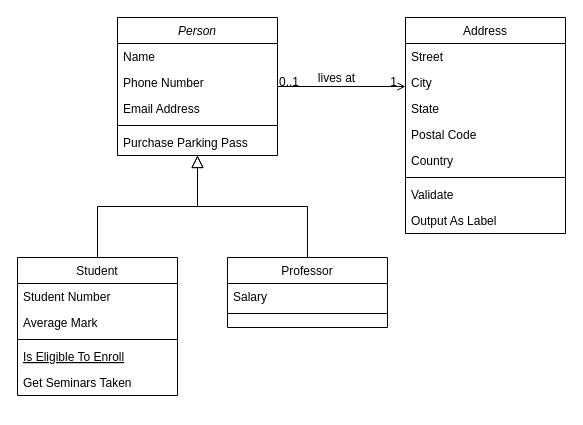
The draw.io diagram UML.drawio in LeshuySMB/Labs, before the edit. Source tidied: cells renumbered, new cells numbered last; positions are measured from the earlier drawing's top-left corner, leaving out a move shared by most shapes. Both pictures are drawn from the tidied source at 100%, with x=0, y=0 at pixel (17, 17).
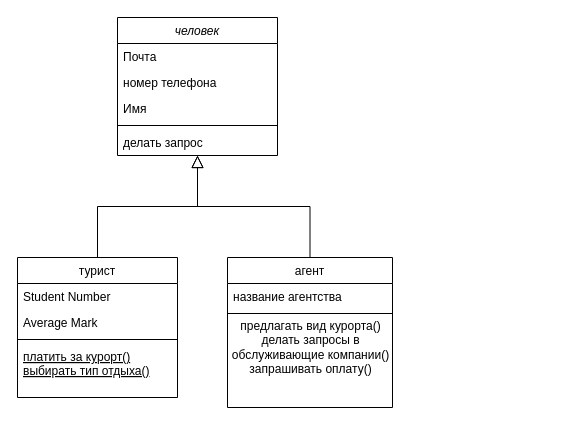
The same diagram, later.

The edit, as a diff of the source:
```diff
@@
-    <mxCell id="2" value="Person" style="swimlane;fontStyle=2;align=center;verticalAlign=top;horizontal=1;startSize=26;rounded=0;shadow=0;strokeWidth=1;" parent="1" vertex="1">
+    <mxCell id="2" value="человек" style="swimlane;fontStyle=2;align=center;verticalAlign=top;horizontal=1;startSize=26;rounded=0;shadow=0;strokeWidth=1;" parent="1" vertex="1">
       <mxGeometry x="100" width="160" height="138" as="geometry" />
     </mxCell>
-    <mxCell id="3" value="Name" style="text;align=left;verticalAlign=top;spacingLeft=4;spacingRight=4;overflow=hidden;" parent="2" vertex="1">
+    <mxCell id="3" value="Почта" style="text;align=left;verticalAlign=top;spacingLeft=4;spacingRight=4;overflow=hidden;" parent="2" vertex="1">
       <mxGeometry y="26" width="160" height="26" as="geometry" />
     </mxCell>
-    <mxCell id="4" value="Phone Number" style="text;align=left;verticalAlign=top;spacingLeft=4;spacingRight=4;overflow=hidden;rounded=0;shadow=0;html=0;" parent="2" vertex="1">
+    <mxCell id="4" value="номер телефона" style="text;align=left;verticalAlign=top;spacingLeft=4;spacingRight=4;overflow=hidden;rounded=0;shadow=0;html=0;" parent="2" vertex="1">
       <mxGeometry y="52" width="160" height="26" as="geometry" />
     </mxCell>
-    <mxCell id="5" value="Email Address" style="text;align=left;verticalAlign=top;spacingLeft=4;spacingRight=4;overflow=hidden;rounded=0;shadow=0;html=0;" parent="2" vertex="1">
+    <mxCell id="5" value="Имя" style="text;align=left;verticalAlign=top;spacingLeft=4;spacingRight=4;overflow=hidden;rounded=0;shadow=0;html=0;" parent="2" vertex="1">
       <mxGeometry y="78" width="160" height="26" as="geometry" />
     </mxCell>
@@
-    <mxCell id="7" value="Purchase Parking Pass" style="text;align=left;verticalAlign=top;spacingLeft=4;spacingRight=4;overflow=hidden;" parent="2" vertex="1">
+    <mxCell id="7" value="делать запрос&#10;" style="text;align=left;verticalAlign=top;spacingLeft=4;spacingRight=4;overflow=hidden;" parent="2" vertex="1">
       <mxGeometry y="112" width="160" height="26" as="geometry" />
     </mxCell>
-    <mxCell id="8" value="Student" style="swimlane;fontStyle=0;align=center;verticalAlign=top;horizontal=1;startSize=26;rounded=0;shadow=0;strokeWidth=1;" parent="1" vertex="1">
-      <mxGeometry y="240" width="160" height="138" as="geometry" />
+    <mxCell id="8" value="турист" style="swimlane;fontStyle=0;align=center;verticalAlign=top;horizontal=1;startSize=26;rounded=0;shadow=0;strokeWidth=1;" parent="1" vertex="1">
+      <mxGeometry y="240" width="160" height="140" as="geometry" />
     </mxCell>
@@
-    <mxCell id="12" value="Is Eligible To Enroll" style="text;align=left;verticalAlign=top;spacingLeft=4;spacingRight=4;overflow=hidden;fontStyle=4;" parent="8" vertex="1">
-      <mxGeometry y="86" width="160" height="26" as="geometry" />
+    <mxCell id="12" value="платить за курорт()&#10;выбирать тип отдыха()" style="text;align=left;verticalAlign=top;spacingLeft=4;spacingRight=4;overflow=hidden;fontStyle=4;" parent="8" vertex="1">
+      <mxGeometry y="86" width="160" height="54" as="geometry" />
     </mxCell>
-    <mxCell id="13" value="Get Seminars Taken" style="text;align=left;verticalAlign=top;spacingLeft=4;spacingRight=4;overflow=hidden;" parent="8" vertex="1">
-      <mxGeometry y="112" width="160" height="26" as="geometry" />
-    </mxCell>
@@
-    <mxCell id="15" value="Professor" style="swimlane;fontStyle=0;align=center;verticalAlign=top;horizontal=1;startSize=26;rounded=0;shadow=0;strokeWidth=1;" parent="1" vertex="1">
-      <mxGeometry x="210" y="240" width="160" height="70" as="geometry" />
+    <mxCell id="15" value="агент" style="swimlane;fontStyle=0;align=center;verticalAlign=top;horizontal=1;startSize=26;rounded=0;shadow=0;strokeWidth=1;" parent="1" vertex="1">
+      <mxGeometry x="210" y="240" width="165" height="150" as="geometry" />
     </mxCell>
-    <mxCell id="16" value="Salary" style="text;align=left;verticalAlign=top;spacingLeft=4;spacingRight=4;overflow=hidden;" parent="15" vertex="1">
-      <mxGeometry y="26" width="160" height="26" as="geometry" />
+    <mxCell id="16" value="название агентства" style="text;align=left;verticalAlign=top;spacingLeft=4;spacingRight=4;overflow=hidden;" parent="15" vertex="1">
+      <mxGeometry y="26" width="165" height="26" as="geometry" />
     </mxCell>
     <mxCell id="17" style="line;html=1;strokeWidth=1;align=left;verticalAlign=middle;spacingTop=-1;spacingLeft=3;spacingRight=3;labelPosition=right;" parent="15" vertex="1">
-      <mxGeometry y="52" width="160" height="8" as="geometry" />
+      <mxGeometry y="52" width="165" height="8" as="geometry" />
     </mxCell>
+    <mxCell id="32" value="предлагать вид курорта()&lt;br&gt;делать запросы в &lt;br&gt;обслуживающие компании()&lt;br&gt;запрашивать оплату()" style="text;html=1;align=center;verticalAlign=middle;strokeColor=none;fillColor=none;" parent="15" vertex="1">
+      <mxGeometry y="60" width="165" height="60" as="geometry" />
+    </mxCell>
@@
-    <mxCell id="19" value="Address" style="swimlane;fontStyle=0;align=center;verticalAlign=top;horizontal=1;startSize=26;rounded=0;shadow=0;strokeWidth=1;" parent="1" vertex="1">
-      <mxGeometry x="388" width="160" height="216" as="geometry" />
-    </mxCell>
-    <mxCell id="20" value="Street" style="text;align=left;verticalAlign=top;spacingLeft=4;spacingRight=4;overflow=hidden;" parent="19" vertex="1">
-      <mxGeometry y="26" width="160" height="26" as="geometry" />
-    </mxCell>
-    <mxCell id="21" value="City" style="text;align=left;verticalAlign=top;spacingLeft=4;spacingRight=4;overflow=hidden;rounded=0;shadow=0;html=0;" parent="19" vertex="1">
-      <mxGeometry y="52" width="160" height="26" as="geometry" />
-    </mxCell>
-    <mxCell id="22" value="State" style="text;align=left;verticalAlign=top;spacingLeft=4;spacingRight=4;overflow=hidden;rounded=0;shadow=0;html=0;" parent="19" vertex="1">
-      <mxGeometry y="78" width="160" height="26" as="geometry" />
-    </mxCell>
-    <mxCell id="23" value="Postal Code" style="text;align=left;verticalAlign=top;spacingLeft=4;spacingRight=4;overflow=hidden;rounded=0;shadow=0;html=0;" parent="19" vertex="1">
-      <mxGeometry y="104" width="160" height="26" as="geometry" />
-    </mxCell>
-    <mxCell id="24" value="Country" style="text;align=left;verticalAlign=top;spacingLeft=4;spacingRight=4;overflow=hidden;rounded=0;shadow=0;html=0;" parent="19" vertex="1">
-      <mxGeometry y="130" width="160" height="26" as="geometry" />
-    </mxCell>
-    <mxCell id="25" style="line;html=1;strokeWidth=1;align=left;verticalAlign=middle;spacingTop=-1;spacingLeft=3;spacingRight=3;labelPosition=right;" parent="19" vertex="1">
-      <mxGeometry y="156" width="160" height="8" as="geometry" />
-    </mxCell>
-    <mxCell id="26" value="Validate" style="text;align=left;verticalAlign=top;spacingLeft=4;spacingRight=4;overflow=hidden;" parent="19" vertex="1">
-      <mxGeometry y="164" width="160" height="26" as="geometry" />
-    </mxCell>
-    <mxCell id="27" value="Output As Label" style="text;align=left;verticalAlign=top;spacingLeft=4;spacingRight=4;overflow=hidden;" parent="19" vertex="1">
-      <mxGeometry y="190" width="160" height="26" as="geometry" />
-    </mxCell>
-    <mxCell id="28" style="endArrow=open;shadow=0;strokeWidth=1;rounded=0;endFill=1;edgeStyle=elbowEdgeStyle;elbow=vertical;" parent="1" edge="1" source="2" target="19">
-      <mxGeometry x="0.5" y="41" relative="1" as="geometry">
-        <mxPoint x="-40" y="32" as="offset" />
-      </mxGeometry>
-    </mxCell>
-    <mxCell id="29" value="0..1" style="align=left;verticalAlign=bottom;labelBackgroundColor=none;fontSize=12;" parent="28" vertex="1">
-      <mxGeometry x="-1" relative="1" as="geometry">
-        <mxPoint y="4" as="offset" />
-      </mxGeometry>
-    </mxCell>
-    <mxCell id="30" value="1" style="align=right;verticalAlign=bottom;labelBackgroundColor=none;fontSize=12;" parent="28" vertex="1">
-      <mxGeometry x="1" relative="1" as="geometry">
-        <mxPoint x="-7" y="4" as="offset" />
-      </mxGeometry>
-    </mxCell>
-    <mxCell id="31" value="lives at" style="text;html=1;align=center;verticalAlign=middle;labelBackgroundColor=none;rounded=0;shadow=0;strokeWidth=1;fontSize=12;" parent="28" vertex="1">
-      <mxGeometry x="0.5" y="49" relative="1" as="geometry">
-        <mxPoint x="-38" y="40" as="offset" />
-      </mxGeometry>
-    </mxCell>
```
